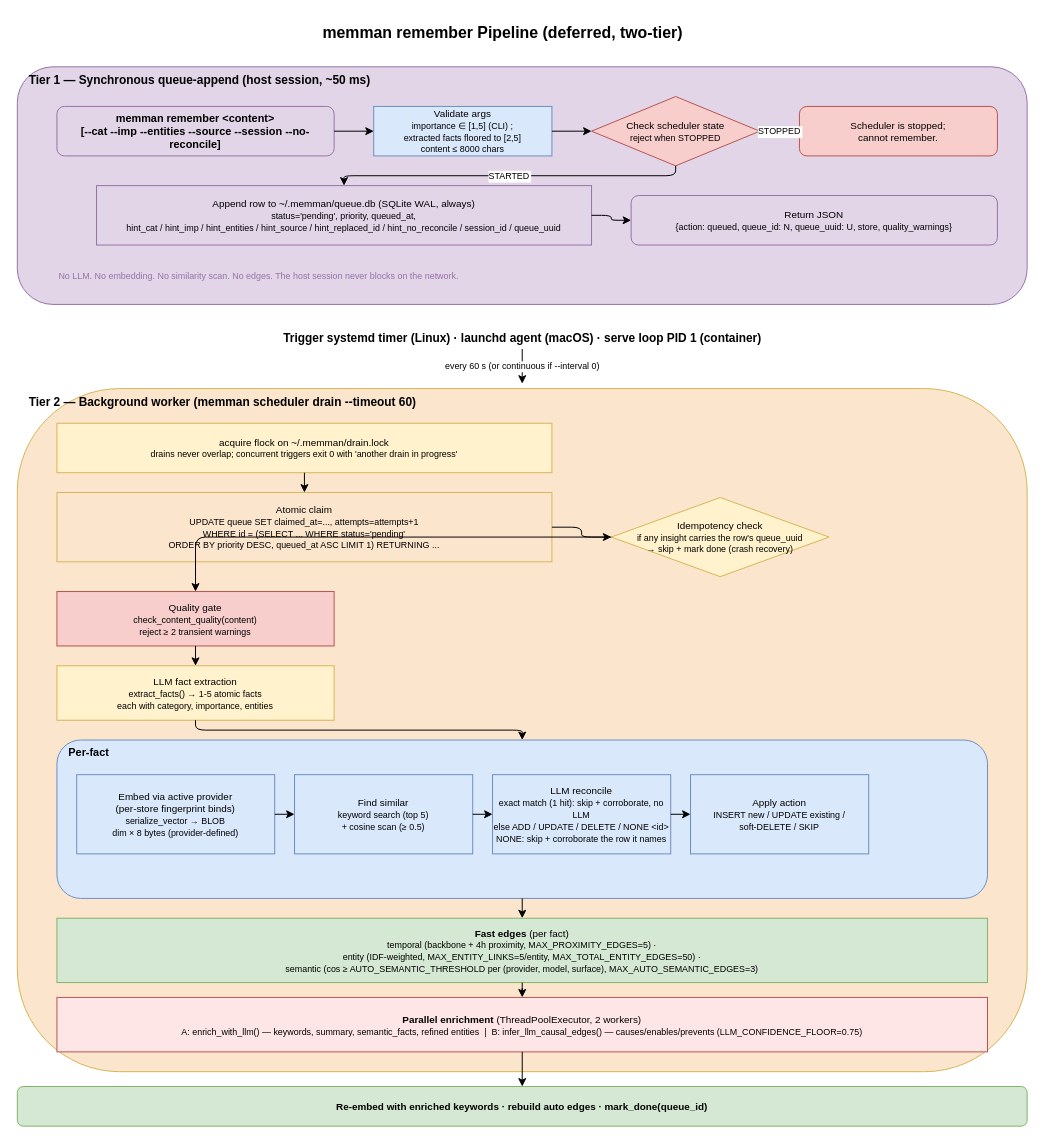
Earlier version of the draw.io diagram docs/diagrams/02-remember-pipeline.drawio (bissli/memman). Source tidied: cells renumbered, new cells numbered last; positions are measured from the earlier drawing's top-left corner, leaving out a move shared by most shapes. Both pictures are drawn from the tidied source at 99%, with x=0, y=0 at pixel (17, 17).
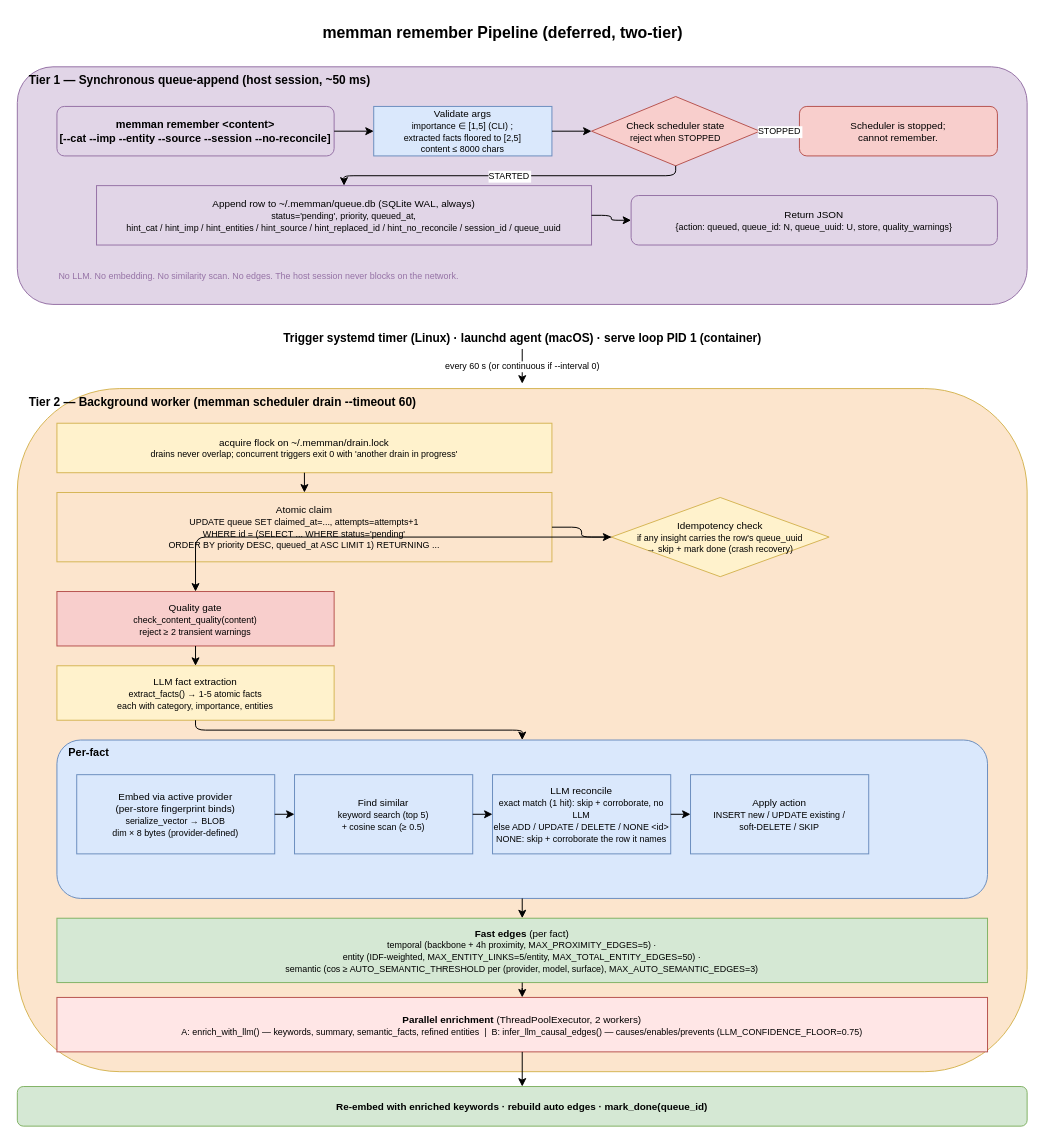
The same diagram, later.

What changed in the source:
```diff
@@
-    <mxCell id="4" value="memman remember &amp;lt;content&amp;gt;&lt;br&gt;[--cat --imp --entities --source --session --no-reconcile]" style="rounded=1;whiteSpace=wrap;html=1;fillColor=#e1d5e7;strokeColor=#9673a6;fontSize=11;fontStyle=1;" parent="1" vertex="1">
+    <mxCell id="4" value="memman remember &amp;lt;content&amp;gt;&lt;br&gt;[--cat --imp --entity --source --session --no-reconcile]" style="rounded=1;whiteSpace=wrap;html=1;fillColor=#e1d5e7;strokeColor=#9673a6;fontSize=11;fontStyle=1;" parent="1" vertex="1">
       <mxGeometry x="40" y="90" width="280" height="50" as="geometry" />
     </mxCell>
```
